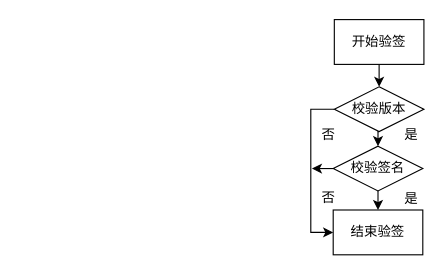
Earlier version of the draw.io diagram UntitledDiagram44.drawio (William-Tong/yonge). Source tidied: cells renumbered, new cells numbered last; positions are measured from the earlier drawing's top-left corner, leaving out a move shared by most shapes. Both pictures are drawn from the tidied source at 112%, with x=0, y=0 at pixel (311, 19).
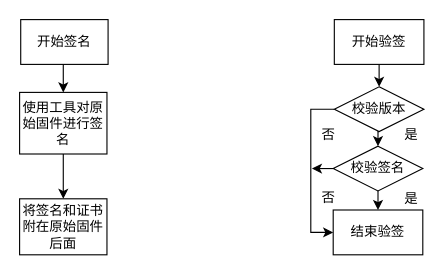
After the change.

What changed in the source:
```diff
@@
+    <mxCell id="15" style="edgeStyle=orthogonalEdgeStyle;rounded=0;jettySize=auto;html=1;exitX=0.5;exitY=1;exitDx=0;exitDy=0;entryX=0.5;entryY=0;entryDx=0;entryDy=0;" parent="1" edge="1" source="16" target="18">
+      <mxGeometry relative="1" as="geometry" />
+    </mxCell>
+    <mxCell id="16" value="开始签名" style="rounded=0;whiteSpace=wrap;html=1;" parent="1" vertex="1">
+      <mxGeometry x="-260" width="78" height="40" as="geometry" />
+    </mxCell>
+    <mxCell id="17" style="edgeStyle=orthogonalEdgeStyle;rounded=0;jettySize=auto;html=1;exitX=0.5;exitY=1;exitDx=0;exitDy=0;entryX=0.5;entryY=0;entryDx=0;entryDy=0;" parent="1" edge="1" source="18" target="19">
+      <mxGeometry relative="1" as="geometry" />
+    </mxCell>
+    <mxCell id="18" value="使用工具对原始固件进行签名" style="rounded=0;whiteSpace=wrap;html=1;" parent="1" vertex="1">
+      <mxGeometry x="-261" y="65" width="78" height="55" as="geometry" />
+    </mxCell>
+    <mxCell id="19" value="将签名和证书附在原始固件后面" style="rounded=0;whiteSpace=wrap;html=1;" parent="1" vertex="1">
+      <mxGeometry x="-261" y="160" width="78" height="50" as="geometry" />
+    </mxCell>
```
